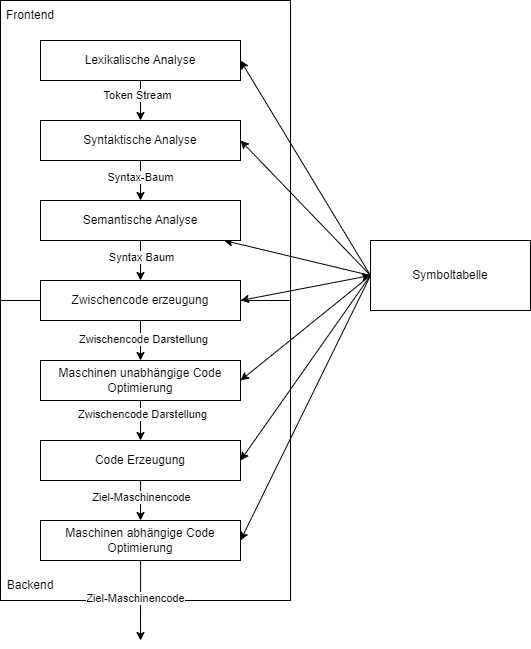
This is assets/img/compiler-ablauf-diagramm.png from lhahner/aspekte-formale-uebersetzung-programmiersprachen, a draw.io export, as it was before one commit. Source tidied: cells renumbered, new cells last; positions are measured from the earlier drawing's top-left corner, leaving out a move shared by most shapes.
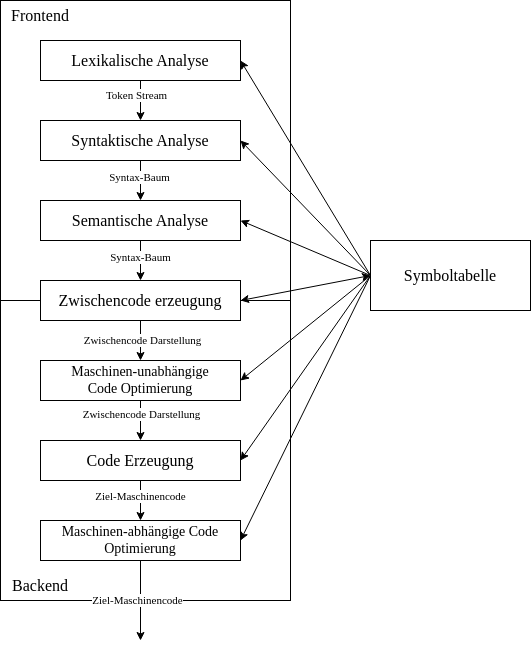
After the commit.

Change to the diagram source:
```diff
@@ -2,110 +2,110 @@
   <root>
     <mxCell id="0" />
     <mxCell id="1" parent="0" />
-    <mxCell id="2" style="rounded=0;whiteSpace=wrap;html=1;" parent="1" vertex="1">
+    <mxCell id="2" style="rounded=0;whiteSpace=wrap;html=1;fontFamily=Semi Serif;" parent="1" vertex="1">
       <mxGeometry width="290" height="300" as="geometry" />
     </mxCell>
-    <mxCell id="3" style="rounded=0;whiteSpace=wrap;html=1;" parent="1" vertex="1">
+    <mxCell id="3" style="rounded=0;whiteSpace=wrap;html=1;fontFamily=Semi Serif;" parent="1" vertex="1">
       <mxGeometry y="300" width="290" height="300" as="geometry" />
     </mxCell>
-    <mxCell id="4" style="edgeStyle=orthogonalEdgeStyle;rounded=0;jettySize=auto;html=1;" parent="1" edge="1" source="7">
+    <mxCell id="4" style="edgeStyle=orthogonalEdgeStyle;rounded=0;jettySize=auto;html=1;fontFamily=Semi Serif;" parent="1" edge="1" source="7">
       <mxGeometry relative="1" as="geometry">
         <mxPoint x="140" y="520" as="targetPoint" />
       </mxGeometry>
     </mxCell>
-    <mxCell id="5" value="Ziel-Maschinencode" style="edgeLabel;html=1;align=center;verticalAlign=middle;" parent="4" vertex="1">
+    <mxCell id="5" value="Ziel-Maschinencode" style="edgeLabel;html=1;align=center;verticalAlign=middle;fontFamily=Semi Serif;" parent="4" vertex="1">
       <mxGeometry x="-0.21" relative="1" as="geometry" />
     </mxCell>
-    <mxCell id="6" style="rounded=0;jettySize=auto;html=1;entryX=0;entryY=0.5;entryDx=0;entryDy=0;exitX=1;exitY=0.5;exitDx=0;exitDy=0;startArrow=classic;startFill=1;endArrow=none;endFill=0;" parent="1" edge="1" source="7" target="28">
+    <mxCell id="6" style="rounded=0;jettySize=auto;html=1;entryX=0;entryY=0.5;entryDx=0;entryDy=0;exitX=1;exitY=0.5;exitDx=0;exitDy=0;startArrow=classic;startFill=1;endArrow=none;endFill=0;fontFamily=Semi Serif;" parent="1" edge="1" source="7" target="28">
       <mxGeometry relative="1" as="geometry" />
     </mxCell>
-    <mxCell id="7" value="Code Erzeugung" style="rounded=0;whiteSpace=wrap;html=1;" parent="1" vertex="1">
+    <mxCell id="7" value="&lt;font style=&quot;font-size: 16px;&quot;&gt;Code Erzeugung&lt;/font&gt;" style="rounded=0;whiteSpace=wrap;html=1;fontFamily=Semi Serif;" parent="1" vertex="1">
       <mxGeometry x="40" y="440" width="200" height="40" as="geometry" />
     </mxCell>
-    <mxCell id="8" style="edgeStyle=orthogonalEdgeStyle;rounded=0;jettySize=auto;html=1;entryX=0.5;entryY=0;entryDx=0;entryDy=0;" parent="1" edge="1" source="11" target="23">
+    <mxCell id="8" style="edgeStyle=orthogonalEdgeStyle;rounded=0;jettySize=auto;html=1;entryX=0.5;entryY=0;entryDx=0;entryDy=0;fontFamily=Semi Serif;" parent="1" edge="1" source="11" target="23">
       <mxGeometry relative="1" as="geometry" />
     </mxCell>
-    <mxCell id="9" value="Syntax Baum" style="edgeLabel;html=1;align=center;verticalAlign=middle;" parent="8" vertex="1">
+    <mxCell id="9" value="Syntax-Baum" style="edgeLabel;html=1;align=center;verticalAlign=middle;fontFamily=Semi Serif;" parent="8" vertex="1">
       <mxGeometry x="-0.15" relative="1" as="geometry" />
     </mxCell>
-    <mxCell id="10" style="rounded=0;jettySize=auto;html=1;startArrow=classic;startFill=1;entryX=0;entryY=0.5;entryDx=0;entryDy=0;endArrow=none;endFill=0;" parent="1" edge="1" source="11" target="28">
+    <mxCell id="10" style="rounded=0;jettySize=auto;html=1;startArrow=classic;startFill=1;entryX=0;entryY=0.5;entryDx=0;entryDy=0;endArrow=none;endFill=0;fontFamily=Semi Serif;exitX=1;exitY=0.5;exitDx=0;exitDy=0;" parent="1" edge="1" source="11" target="28">
       <mxGeometry relative="1" as="geometry" />
     </mxCell>
-    <mxCell id="11" value="Semantische Analyse" style="rounded=0;whiteSpace=wrap;html=1;" parent="1" vertex="1">
+    <mxCell id="11" value="&lt;font style=&quot;font-size: 16px;&quot;&gt;Semantische Analyse&lt;/font&gt;" style="rounded=0;whiteSpace=wrap;html=1;fontFamily=Semi Serif;" parent="1" vertex="1">
       <mxGeometry x="40" y="200" width="200" height="40" as="geometry" />
     </mxCell>
-    <mxCell id="12" style="edgeStyle=orthogonalEdgeStyle;rounded=0;jettySize=auto;html=1;entryX=0.5;entryY=0;entryDx=0;entryDy=0;" parent="1" edge="1" source="15" target="19">
+    <mxCell id="12" style="edgeStyle=orthogonalEdgeStyle;rounded=0;jettySize=auto;html=1;entryX=0.5;entryY=0;entryDx=0;entryDy=0;fontFamily=Semi Serif;" parent="1" edge="1" source="15" target="19">
       <mxGeometry relative="1" as="geometry" />
     </mxCell>
-    <mxCell id="13" value="Token Stream" style="edgeLabel;html=1;align=center;verticalAlign=middle;" parent="12" vertex="1">
+    <mxCell id="13" value="Token Stream" style="edgeLabel;html=1;align=center;verticalAlign=middle;fontFamily=Semi Serif;" parent="12" vertex="1">
       <mxGeometry x="-0.25" y="-4" relative="1" as="geometry" />
     </mxCell>
-    <mxCell id="14" style="rounded=0;jettySize=auto;html=1;entryX=0;entryY=0.5;entryDx=0;entryDy=0;exitX=1;exitY=0.5;exitDx=0;exitDy=0;startArrow=classic;startFill=1;endArrow=none;endFill=0;" parent="1" edge="1" source="15" target="28">
+    <mxCell id="14" style="rounded=0;jettySize=auto;html=1;entryX=0;entryY=0.5;entryDx=0;entryDy=0;exitX=1;exitY=0.5;exitDx=0;exitDy=0;startArrow=classic;startFill=1;endArrow=none;endFill=0;fontFamily=Semi Serif;" parent="1" edge="1" source="15" target="28">
       <mxGeometry relative="1" as="geometry" />
     </mxCell>
-    <mxCell id="15" value="Lexikalische Analyse" style="rounded=0;whiteSpace=wrap;html=1;" parent="1" vertex="1">
+    <mxCell id="15" value="&lt;font style=&quot;font-size: 16px;&quot;&gt;Lexikalische Analyse&lt;/font&gt;" style="rounded=0;whiteSpace=wrap;html=1;fontFamily=Semi Serif;" parent="1" vertex="1">
       <mxGeometry x="40" y="40" width="200" height="40" as="geometry" />
     </mxCell>
-    <mxCell id="16" style="edgeStyle=orthogonalEdgeStyle;rounded=0;jettySize=auto;html=1;entryX=0.5;entryY=0;entryDx=0;entryDy=0;" parent="1" edge="1" source="19" target="11">
+    <mxCell id="16" style="edgeStyle=orthogonalEdgeStyle;rounded=0;jettySize=auto;html=1;entryX=0.5;entryY=0;entryDx=0;entryDy=0;fontFamily=Semi Serif;" parent="1" edge="1" source="19" target="11">
       <mxGeometry relative="1" as="geometry" />
     </mxCell>
-    <mxCell id="17" value="Syntax-Baum" style="edgeLabel;html=1;align=center;verticalAlign=middle;" parent="16" vertex="1">
+    <mxCell id="17" value="Syntax-Baum" style="edgeLabel;html=1;align=center;verticalAlign=middle;fontFamily=Semi Serif;" parent="16" vertex="1">
       <mxGeometry x="-0.15" y="-1" relative="1" as="geometry" />
     </mxCell>
-    <mxCell id="18" style="rounded=0;jettySize=auto;html=1;entryX=0;entryY=0.5;entryDx=0;entryDy=0;exitX=1;exitY=0.5;exitDx=0;exitDy=0;startArrow=classic;startFill=1;endArrow=none;endFill=0;" parent="1" edge="1" source="19" target="28">
+    <mxCell id="18" style="rounded=0;jettySize=auto;html=1;entryX=0;entryY=0.5;entryDx=0;entryDy=0;exitX=1;exitY=0.5;exitDx=0;exitDy=0;startArrow=classic;startFill=1;endArrow=none;endFill=0;fontFamily=Semi Serif;" parent="1" edge="1" source="19" target="28">
       <mxGeometry relative="1" as="geometry" />
     </mxCell>
-    <mxCell id="19" value="Syntaktische Analyse" style="rounded=0;whiteSpace=wrap;html=1;" parent="1" vertex="1">
+    <mxCell id="19" value="&lt;font style=&quot;font-size: 16px;&quot;&gt;Syntaktische Analyse&lt;/font&gt;" style="rounded=0;whiteSpace=wrap;html=1;fontFamily=Semi Serif;" parent="1" vertex="1">
       <mxGeometry x="40" y="120" width="200" height="40" as="geometry" />
     </mxCell>
-    <mxCell id="20" style="edgeStyle=orthogonalEdgeStyle;rounded=0;jettySize=auto;html=1;entryX=0.5;entryY=0;entryDx=0;entryDy=0;" parent="1" edge="1" source="23" target="27">
+    <mxCell id="20" style="edgeStyle=orthogonalEdgeStyle;rounded=0;jettySize=auto;html=1;entryX=0.5;entryY=0;entryDx=0;entryDy=0;fontFamily=Semi Serif;" parent="1" edge="1" source="23" target="27">
       <mxGeometry relative="1" as="geometry" />
     </mxCell>
-    <mxCell id="21" value="Zwischencode Darstellung" style="edgeLabel;html=1;align=center;verticalAlign=middle;" parent="20" vertex="1">
+    <mxCell id="21" value="Zwischencode Darstellung" style="edgeLabel;html=1;align=center;verticalAlign=middle;fontFamily=Semi Serif;" parent="20" vertex="1">
       <mxGeometry x="-0.05" y="2" relative="1" as="geometry" />
     </mxCell>
-    <mxCell id="22" style="rounded=0;jettySize=auto;html=1;exitX=1;exitY=0.5;exitDx=0;exitDy=0;startArrow=classic;startFill=1;entryX=0;entryY=0.5;entryDx=0;entryDy=0;" parent="1" edge="1" source="23" target="28">
+    <mxCell id="22" style="rounded=0;jettySize=auto;html=1;exitX=1;exitY=0.5;exitDx=0;exitDy=0;startArrow=classic;startFill=1;entryX=0;entryY=0.5;entryDx=0;entryDy=0;fontFamily=Semi Serif;" parent="1" edge="1" source="23" target="28">
       <mxGeometry relative="1" as="geometry" />
     </mxCell>
-    <mxCell id="23" value="Zwischencode erzeugung" style="rounded=0;whiteSpace=wrap;html=1;" parent="1" vertex="1">
+    <mxCell id="23" value="&lt;font style=&quot;font-size: 16px;&quot;&gt;Zwischencode erzeugung&lt;/font&gt;" style="rounded=0;whiteSpace=wrap;html=1;fontFamily=Semi Serif;" parent="1" vertex="1">
       <mxGeometry x="40" y="280" width="200" height="40" as="geometry" />
     </mxCell>
-    <mxCell id="24" style="edgeStyle=orthogonalEdgeStyle;rounded=0;jettySize=auto;html=1;entryX=0.5;entryY=0;entryDx=0;entryDy=0;" parent="1" edge="1" source="27" target="7">
+    <mxCell id="24" style="edgeStyle=orthogonalEdgeStyle;rounded=0;jettySize=auto;html=1;entryX=0.5;entryY=0;entryDx=0;entryDy=0;fontFamily=Semi Serif;" parent="1" edge="1" source="27" target="7">
       <mxGeometry relative="1" as="geometry" />
     </mxCell>
-    <mxCell id="25" value="Zwischencode Darstellung" style="edgeLabel;html=1;align=center;verticalAlign=middle;" parent="24" vertex="1">
+    <mxCell id="25" value="Zwischencode Darstellung" style="edgeLabel;html=1;align=center;verticalAlign=middle;fontFamily=Semi Serif;" parent="24" vertex="1">
       <mxGeometry x="-0.35" y="1" relative="1" as="geometry" />
     </mxCell>
-    <mxCell id="26" style="rounded=0;jettySize=auto;html=1;entryX=0;entryY=0.5;entryDx=0;entryDy=0;exitX=1;exitY=0.5;exitDx=0;exitDy=0;startArrow=classic;startFill=1;endArrow=none;endFill=0;" parent="1" edge="1" source="27" target="28">
+    <mxCell id="26" style="rounded=0;jettySize=auto;html=1;entryX=0;entryY=0.5;entryDx=0;entryDy=0;exitX=1;exitY=0.5;exitDx=0;exitDy=0;startArrow=classic;startFill=1;endArrow=none;endFill=0;fontFamily=Semi Serif;" parent="1" edge="1" source="27" target="28">
       <mxGeometry relative="1" as="geometry" />
     </mxCell>
-    <mxCell id="27" value="Maschinen unabhängige Code Optimierung" style="rounded=0;whiteSpace=wrap;html=1;" parent="1" vertex="1">
+    <mxCell id="27" value="&lt;font style=&quot;font-size: 14px;&quot;&gt;Maschinen-unabhängige&lt;br&gt;Code Optimierung&lt;/font&gt;" style="rounded=0;whiteSpace=wrap;html=1;fontFamily=Semi Serif;" parent="1" vertex="1">
       <mxGeometry x="40" y="360" width="200" height="40" as="geometry" />
     </mxCell>
-    <mxCell id="28" value="Symboltabelle" style="rounded=0;whiteSpace=wrap;html=1;" parent="1" vertex="1">
+    <mxCell id="28" value="&lt;font style=&quot;font-size: 16px;&quot;&gt;Symboltabelle&lt;/font&gt;" style="rounded=0;whiteSpace=wrap;html=1;fontFamily=Semi Serif;" parent="1" vertex="1">
       <mxGeometry x="370" y="240" width="160" height="70" as="geometry" />
     </mxCell>
-    <mxCell id="29" style="edgeStyle=orthogonalEdgeStyle;rounded=0;jettySize=auto;html=1;" parent="1" edge="1" source="32">
+    <mxCell id="29" style="edgeStyle=orthogonalEdgeStyle;rounded=0;jettySize=auto;html=1;fontFamily=Semi Serif;" parent="1" edge="1" source="32">
       <mxGeometry relative="1" as="geometry">
         <mxPoint x="140" y="640" as="targetPoint" />
       </mxGeometry>
     </mxCell>
-    <mxCell id="30" value="Ziel-Maschinencode" style="edgeLabel;html=1;align=center;verticalAlign=middle;" parent="29" vertex="1">
+    <mxCell id="30" value="Ziel-Maschinencode" style="edgeLabel;html=1;align=center;verticalAlign=middle;fontFamily=Semi Serif;" parent="29" vertex="1">
       <mxGeometry x="-0.01" y="-3" relative="1" as="geometry">
         <mxPoint x="-3" y="-3" as="offset" />
       </mxGeometry>
     </mxCell>
-    <mxCell id="31" style="rounded=0;jettySize=auto;html=1;entryX=0;entryY=0.5;entryDx=0;entryDy=0;exitX=1;exitY=0.5;exitDx=0;exitDy=0;startArrow=classic;startFill=1;endArrow=none;endFill=0;" parent="1" edge="1" source="32" target="28">
+    <mxCell id="31" style="rounded=0;jettySize=auto;html=1;entryX=0;entryY=0.5;entryDx=0;entryDy=0;exitX=1;exitY=0.5;exitDx=0;exitDy=0;startArrow=classic;startFill=1;endArrow=none;endFill=0;fontFamily=Semi Serif;" parent="1" edge="1" source="32" target="28">
       <mxGeometry relative="1" as="geometry" />
     </mxCell>
-    <mxCell id="32" value="Maschinen abhängige Code Optimierung" style="rounded=0;whiteSpace=wrap;html=1;" parent="1" vertex="1">
+    <mxCell id="32" value="&lt;font style=&quot;font-size: 14px;&quot;&gt;Maschinen-abhängige Code Optimierung&lt;/font&gt;" style="rounded=0;whiteSpace=wrap;html=1;fontFamily=Semi Serif;" parent="1" vertex="1">
       <mxGeometry x="40" y="520" width="200" height="40" as="geometry" />
     </mxCell>
-    <mxCell id="33" value="Frontend" style="text;html=1;strokeColor=none;fillColor=none;align=center;verticalAlign=middle;whiteSpace=wrap;rounded=0;" parent="1" vertex="1">
-      <mxGeometry width="60" height="30" as="geometry" />
+    <mxCell id="33" value="&lt;font style=&quot;font-size: 16px;&quot;&gt;Frontend&lt;/font&gt;" style="text;html=1;strokeColor=none;fillColor=none;align=center;verticalAlign=middle;whiteSpace=wrap;rounded=0;fontFamily=Semi Serif;" parent="1" vertex="1">
+      <mxGeometry x="10" width="60" height="30" as="geometry" />
     </mxCell>
-    <mxCell id="34" value="Backend" style="text;html=1;strokeColor=none;fillColor=none;align=center;verticalAlign=middle;whiteSpace=wrap;rounded=0;" parent="1" vertex="1">
-      <mxGeometry y="570" width="60" height="30" as="geometry" />
+    <mxCell id="34" value="&lt;font style=&quot;font-size: 16px;&quot;&gt;Backend&lt;/font&gt;" style="text;html=1;strokeColor=none;fillColor=none;align=center;verticalAlign=middle;whiteSpace=wrap;rounded=0;fontFamily=Semi Serif;" parent="1" vertex="1">
+      <mxGeometry x="10" y="570" width="60" height="30" as="geometry" />
     </mxCell>
   </root>
 </mxGraphModel>
```
